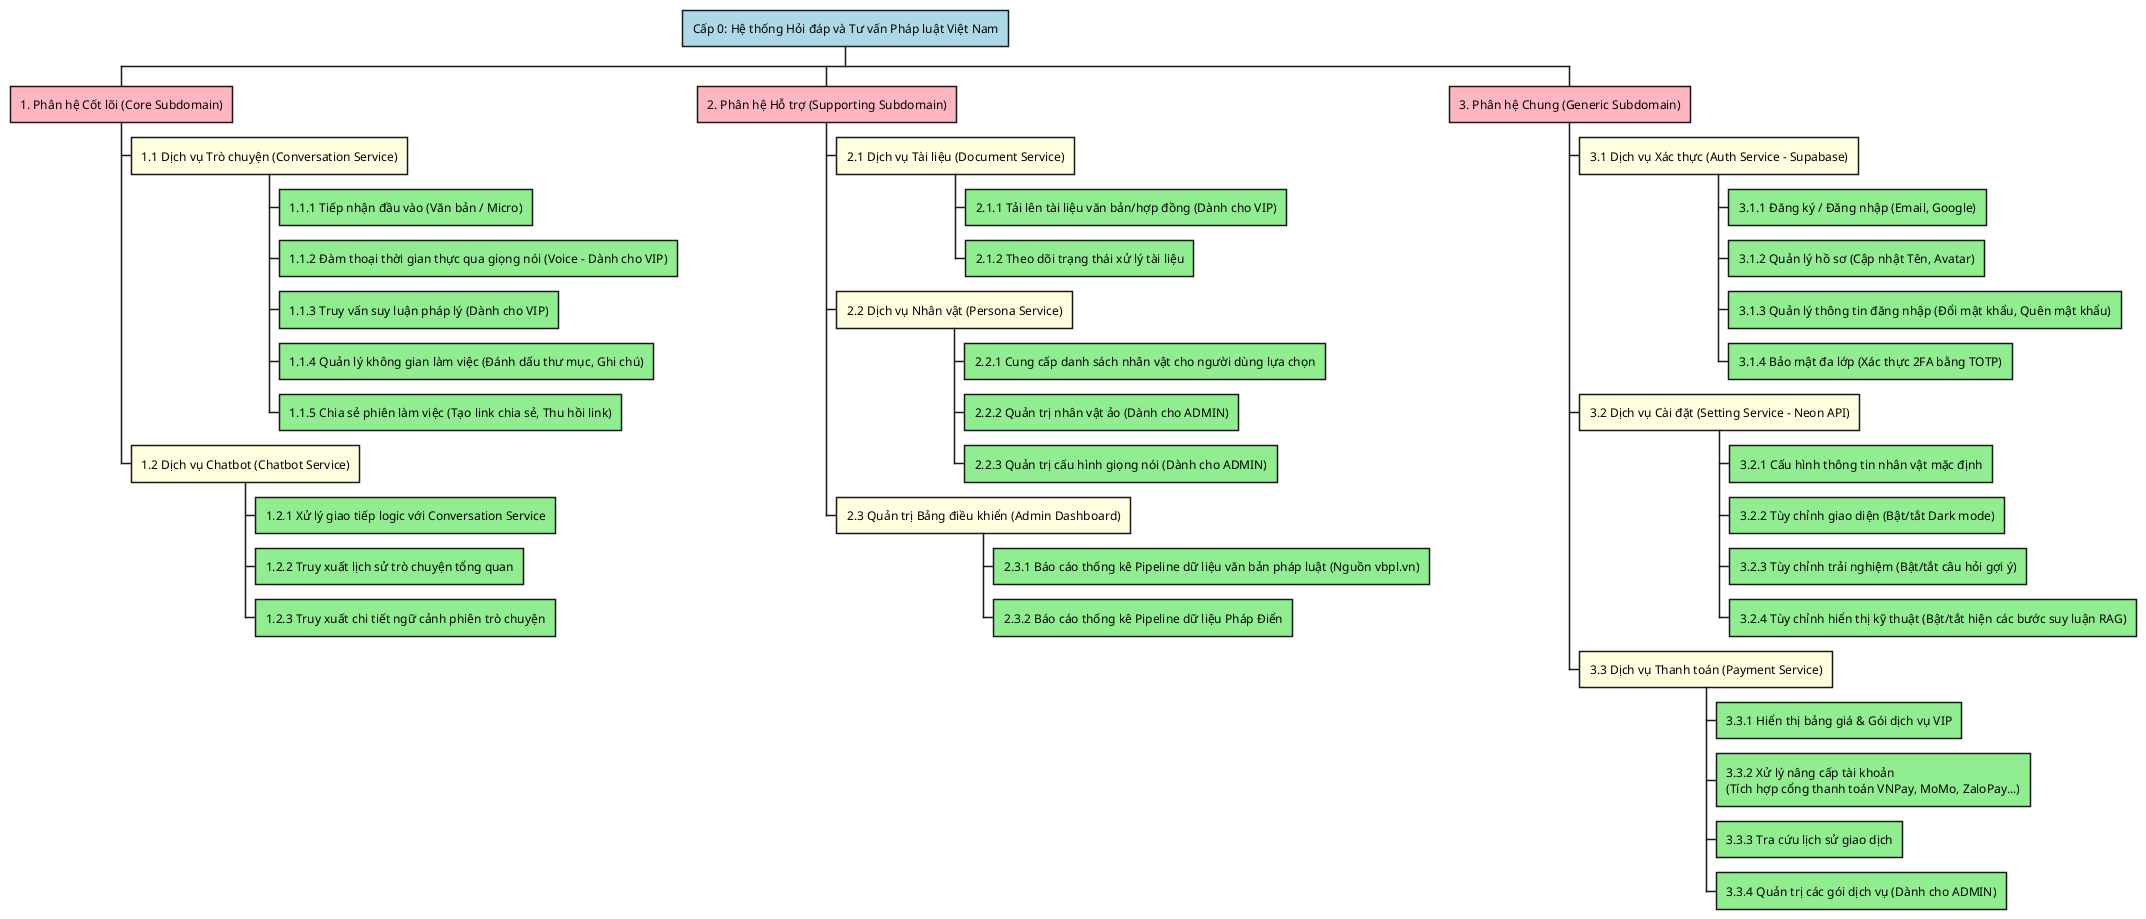
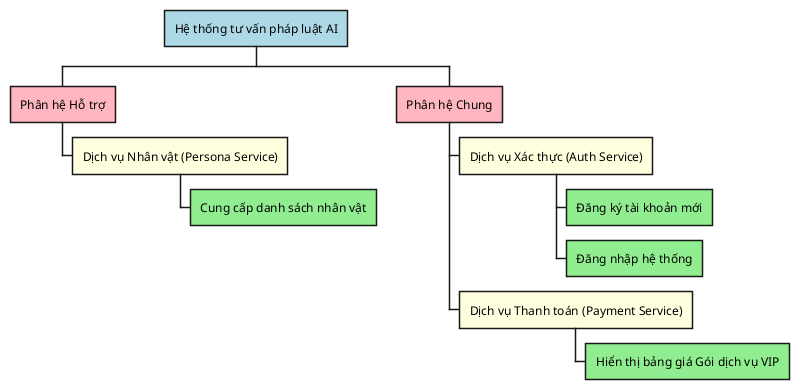
@startwbs
<style>
wbsDiagram {
  :depth(0) {
    BackgroundColor LightBlue
  }
  :depth(1) {
    BackgroundColor LightPink
  }
  :depth(2) {
    BackgroundColor LightYellow
  }
  :depth(3) {
    BackgroundColor LightGreen
  }
}
</style>
- * Cấp 0: Hệ thống Hỏi đáp và Tư vấn Pháp luật Việt Nam
- ** 1. Phân hệ Cốt lõi (Core Subdomain)
- *** 1.1 Dịch vụ Trò chuyện (Conversation Service)
- **** 1.1.1 Tiếp nhận đầu vào (Văn bản / Micro)
- **** 1.1.2 Đàm thoại thời gian thực qua giọng nói (Voice - Dành cho VIP)
- **** 1.1.3 Truy vấn suy luận pháp lý (Dành cho VIP)
- **** 1.1.4 Quản lý không gian làm việc (Đánh dấu thư mục, Ghi chú)
- **** 1.1.5 Chia sẻ phiên làm việc (Tạo link chia sẻ, Thu hồi link)
- *** 1.2 Dịch vụ Chatbot (Chatbot Service)
- **** 1.2.1 Xử lý giao tiếp logic với Conversation Service
- **** 1.2.2 Truy xuất lịch sử trò chuyện tổng quan
- **** 1.2.3 Truy xuất chi tiết ngữ cảnh phiên trò chuyện

- ** 2. Phân hệ Hỗ trợ (Supporting Subdomain)
- *** 2.1 Dịch vụ Tài liệu (Document Service)
- **** 2.1.1 Tải lên tài liệu văn bản/hợp đồng (Dành cho VIP)
- **** 2.1.2 Theo dõi trạng thái xử lý tài liệu
- *** 2.2 Dịch vụ Nhân vật (Persona Service)
- **** 2.2.1 Cung cấp danh sách nhân vật cho người dùng lựa chọn
- **** 2.2.2 Quản trị nhân vật ảo (Dành cho ADMIN)
- **** 2.2.3 Quản trị cấu hình giọng nói (Dành cho ADMIN)
- *** 2.3 Quản trị Bảng điều khiển (Admin Dashboard)
- **** 2.3.1 Báo cáo thống kê Pipeline dữ liệu văn bản pháp luật (Nguồn vbpl.vn)
- **** 2.3.2 Báo cáo thống kê Pipeline dữ liệu Pháp Điển

- ** 3. Phân hệ Chung (Generic Subdomain)
- *** 3.1 Dịch vụ Xác thực (Auth Service - Supabase)
- **** 3.1.1 Đăng ký / Đăng nhập (Email, Google)
- **** 3.1.2 Quản lý hồ sơ (Cập nhật Tên, Avatar)
- **** 3.1.3 Quản lý thông tin đăng nhập (Đổi mật khẩu, Quên mật khẩu)
- **** 3.1.4 Bảo mật đa lớp (Xác thực 2FA bằng TOTP)
- *** 3.2 Dịch vụ Cài đặt (Setting Service - Neon API)
- **** 3.2.1 Cấu hình thông tin nhân vật mặc định
- **** 3.2.2 Tùy chỉnh giao diện (Bật/tắt Dark mode)
- **** 3.2.3 Tùy chỉnh trải nghiệm (Bật/tắt câu hỏi gợi ý)
- **** 3.2.4 Tùy chỉnh hiển thị kỹ thuật (Bật/tắt hiện các bước suy luận RAG)
- *** 3.3 Dịch vụ Thanh toán (Payment Service)
- **** 3.3.1 Hiển thị bảng giá & Gói dịch vụ VIP
- **** 3.3.2 Xử lý nâng cấp tài khoản \n(Tích hợp cổng thanh toán VNPay, MoMo, ZaloPay...)
- **** 3.3.3 Tra cứu lịch sử giao dịch
- **** 3.3.4 Quản trị các gói dịch vụ (Dành cho ADMIN)
+ 
+ 
+ 
+ 
+ * Hệ thống tư vấn pháp luật AI
+ 
+ ** Phân hệ Hỗ trợ
+ *** Dịch vụ Nhân vật (Persona Service)
+ **** Cung cấp danh sách nhân vật
+ 
+ ** Phân hệ Chung
+ *** Dịch vụ Xác thực (Auth Service)
+ **** Đăng ký tài khoản mới
+ **** Đăng nhập hệ thống
+ *** Dịch vụ Thanh toán (Payment Service)
+ **** Hiển thị bảng giá Gói dịch vụ VIP
@endwbs
